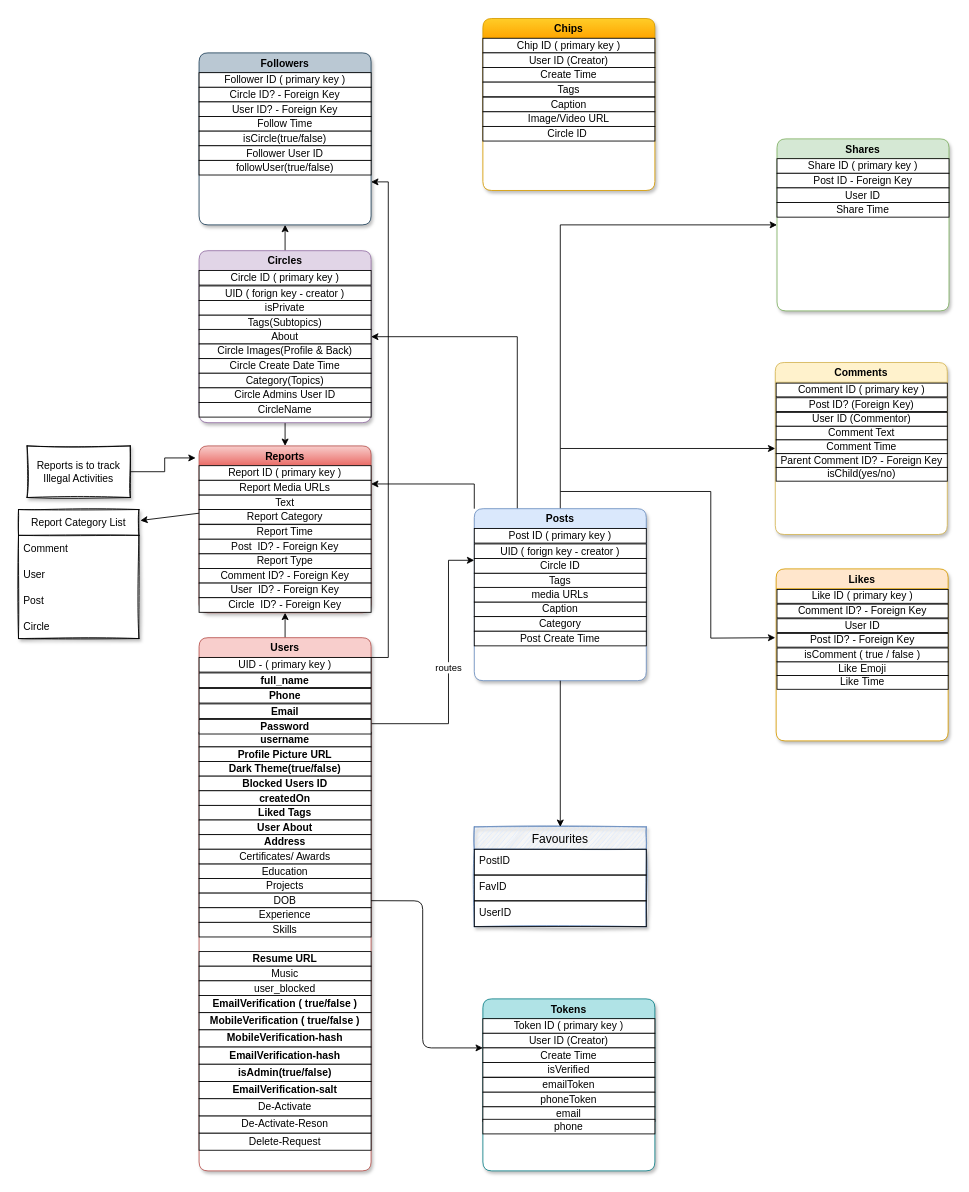
This is BackendV1-DBArchitecture.drawio from aghosh0605/social-app-backend, a draw.io file, before an edit. Source tidied: cells renumbered, new cells numbered last; positions are measured from the earlier drawing's top-left corner, leaving out a move shared by most shapes. Both pictures are drawn from the tidied source at 86%, with x=0, y=0 at pixel (18, 18).
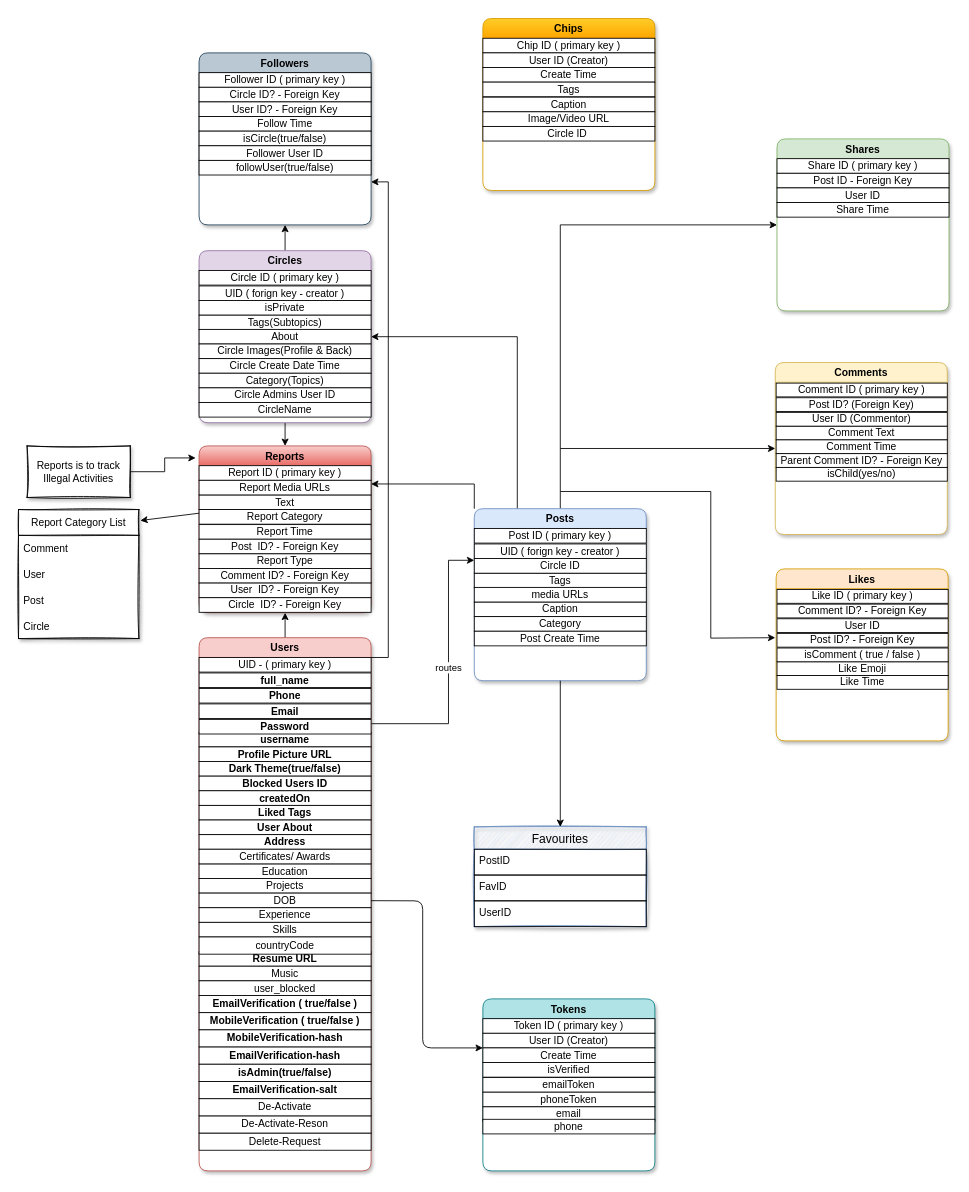
After the change.

Unchanged cells that the change refers to:
```xml
<mxCell id="4" value="Users" style="swimlane;fillColor=#f8cecc;strokeColor=#b85450;shadow=1;rounded=1;swimlaneFillColor=default;" parent="1" vertex="1">
  <mxGeometry x="210" y="720" width="200" height="620" as="geometry" />
</mxCell>
```

What changed in the source:
```diff
@@
+    <mxCell id="135" value="&lt;span&gt;countryCode&lt;/span&gt;" style="rounded=0;whiteSpace=wrap;html=1;" parent="4" vertex="1">
+      <mxGeometry y="348" width="200" height="20" as="geometry" />
+    </mxCell>
```
